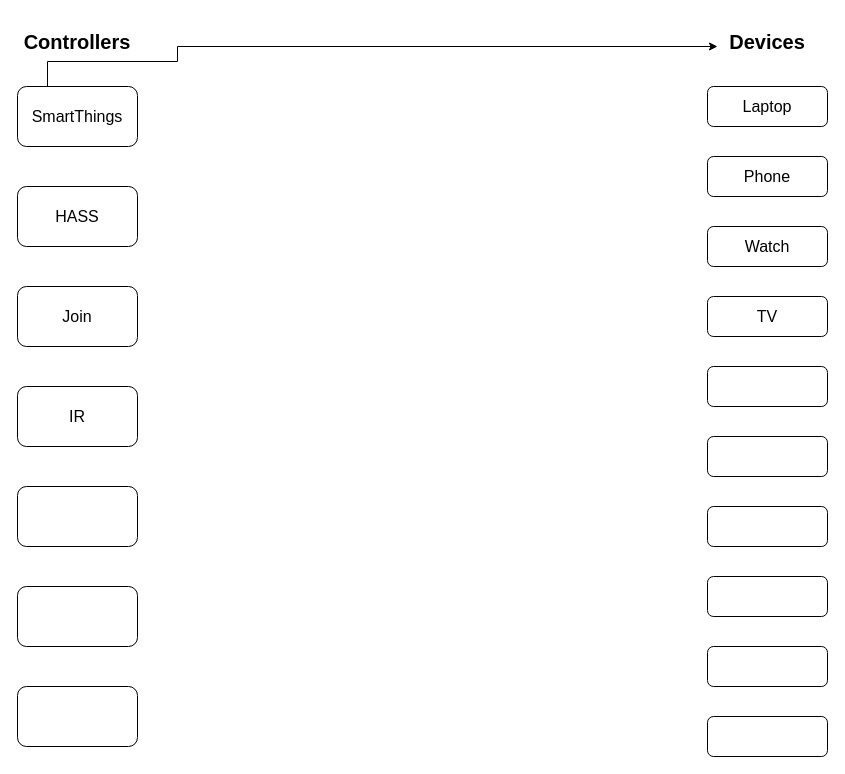
Before: Untitled Diagram.drawio in epicnerd1990/mytechlife, a draw.io diagram. Source tidied: cells renumbered, new cells numbered last; positions are measured from the earlier drawing's top-left corner, leaving out a move shared by most shapes. Both pictures are drawn from the tidied source at 100%, with x=0, y=0 at pixel (17, 26).
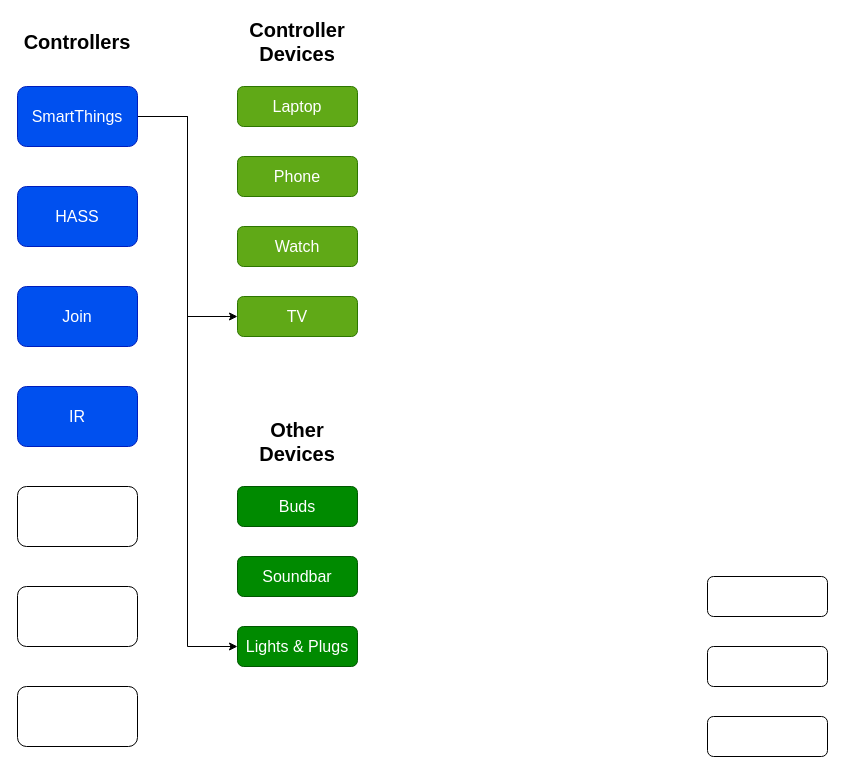
The same page after the edit.

Diff of the diagram source:
```diff
@@
-    <mxCell id="2" value="Join" style="rounded=1;whiteSpace=wrap;html=1;fontSize=16;fontStyle=0;" parent="1" vertex="1">
+    <mxCell id="2" value="Join" style="rounded=1;whiteSpace=wrap;html=1;fontSize=16;fontStyle=0;fillColor=#0050ef;fontColor=#ffffff;strokeColor=#001DBC;" parent="1" vertex="1">
       <mxGeometry y="260" width="120" height="60" as="geometry" />
     </mxCell>
-    <mxCell id="3" value="HASS" style="rounded=1;whiteSpace=wrap;html=1;fontSize=16;fontStyle=0;" parent="1" vertex="1">
+    <mxCell id="3" value="HASS" style="rounded=1;whiteSpace=wrap;html=1;fontSize=16;fontStyle=0;fillColor=#0050ef;fontColor=#ffffff;strokeColor=#001DBC;" parent="1" vertex="1">
       <mxGeometry y="160" width="120" height="60" as="geometry" />
     </mxCell>
-    <mxCell id="4" style="edgeStyle=orthogonalEdgeStyle;rounded=0;orthogonalLoop=1;jettySize=auto;html=1;" parent="1" edge="1">
-      <mxGeometry relative="1" as="geometry">
-        <mxPoint x="30" y="75" as="sourcePoint" />
-        <mxPoint x="700" y="20" as="targetPoint" />
-        <Array as="points">
-          <mxPoint x="30" y="35" />
-          <mxPoint x="160" y="35" />
-          <mxPoint x="160" y="20" />
-        </Array>
-      </mxGeometry>
-    </mxCell>
+    <mxCell id="22" style="edgeStyle=orthogonalEdgeStyle;rounded=0;jettySize=auto;html=1;entryX=0;entryY=0.5;entryDx=0;entryDy=0;" parent="1" edge="1" source="5" target="17">
+      <mxGeometry relative="1" as="geometry" />
+    </mxCell>
+    <mxCell id="23" style="edgeStyle=orthogonalEdgeStyle;rounded=0;jettySize=auto;html=1;entryX=0;entryY=0.5;entryDx=0;entryDy=0;" parent="1" edge="1" source="5" target="15">
+      <mxGeometry relative="1" as="geometry" />
+    </mxCell>
-    <mxCell id="5" value="SmartThings" style="rounded=1;whiteSpace=wrap;html=1;fontSize=16;fontStyle=0;" parent="1" vertex="1">
+    <mxCell id="5" value="SmartThings" style="rounded=1;whiteSpace=wrap;html=1;fontSize=16;fontStyle=0;fillColor=#0050ef;fontColor=#ffffff;strokeColor=#001DBC;" parent="1" vertex="1">
       <mxGeometry y="60" width="120" height="60" as="geometry" />
     </mxCell>
@@
-    <mxCell id="7" value="IR" style="rounded=1;whiteSpace=wrap;html=1;fontSize=16;fontStyle=0;" parent="1" vertex="1">
+    <mxCell id="7" value="IR" style="rounded=1;whiteSpace=wrap;html=1;fontSize=16;fontStyle=0;fillColor=#0050ef;fontColor=#ffffff;strokeColor=#001DBC;" parent="1" vertex="1">
       <mxGeometry y="360" width="120" height="60" as="geometry" />
     </mxCell>
@@
-    <mxCell id="11" value="Watch" style="rounded=1;whiteSpace=wrap;html=1;fontSize=16;fontStyle=0;" parent="1" vertex="1">
-      <mxGeometry x="690" y="200" width="120" height="40" as="geometry" />
+    <mxCell id="11" value="Watch" style="rounded=1;whiteSpace=wrap;html=1;fontSize=16;fontStyle=0;fillColor=#60a917;fontColor=#ffffff;strokeColor=#2D7600;" parent="1" vertex="1">
+      <mxGeometry x="220" y="200" width="120" height="40" as="geometry" />
     </mxCell>
-    <mxCell id="12" value="Phone" style="rounded=1;whiteSpace=wrap;html=1;fontSize=16;fontStyle=0;" parent="1" vertex="1">
-      <mxGeometry x="690" y="130" width="120" height="40" as="geometry" />
+    <mxCell id="12" value="Phone" style="rounded=1;whiteSpace=wrap;html=1;fontSize=16;fontStyle=0;fillColor=#60a917;fontColor=#ffffff;strokeColor=#2D7600;" parent="1" vertex="1">
+      <mxGeometry x="220" y="130" width="120" height="40" as="geometry" />
     </mxCell>
-    <mxCell id="13" value="Laptop&lt;br&gt;" style="rounded=1;whiteSpace=wrap;html=1;fontSize=16;fontStyle=0;" parent="1" vertex="1">
-      <mxGeometry x="690" y="60" width="120" height="40" as="geometry" />
+    <mxCell id="13" value="Laptop&lt;br&gt;" style="rounded=1;whiteSpace=wrap;html=1;fontSize=16;fontStyle=0;fillColor=#60a917;fontColor=#ffffff;strokeColor=#2D7600;" parent="1" vertex="1">
+      <mxGeometry x="220" y="60" width="120" height="40" as="geometry" />
     </mxCell>
-    <mxCell id="14" style="rounded=1;whiteSpace=wrap;html=1;fontSize=16;fontStyle=0;" parent="1" vertex="1">
-      <mxGeometry x="690" y="410" width="120" height="40" as="geometry" />
+    <mxCell id="14" value="Soundbar" style="rounded=1;whiteSpace=wrap;html=1;fontSize=16;fontStyle=0;fillColor=#008a00;fontColor=#ffffff;strokeColor=#005700;" parent="1" vertex="1">
+      <mxGeometry x="220" y="530" width="120" height="40" as="geometry" />
     </mxCell>
-    <mxCell id="15" value="TV" style="rounded=1;whiteSpace=wrap;html=1;fontSize=16;fontStyle=0;" parent="1" vertex="1">
-      <mxGeometry x="690" y="270" width="120" height="40" as="geometry" />
+    <mxCell id="15" value="TV" style="rounded=1;whiteSpace=wrap;html=1;fontSize=16;fontStyle=0;fillColor=#60a917;fontColor=#ffffff;strokeColor=#2D7600;" parent="1" vertex="1">
+      <mxGeometry x="220" y="270" width="120" height="40" as="geometry" />
     </mxCell>
-    <mxCell id="16" style="rounded=1;whiteSpace=wrap;html=1;fontSize=16;fontStyle=0;" parent="1" vertex="1">
-      <mxGeometry x="690" y="340" width="120" height="40" as="geometry" />
+    <mxCell id="16" value="Buds" style="rounded=1;whiteSpace=wrap;html=1;fontSize=16;fontStyle=0;fillColor=#008a00;fontColor=#ffffff;strokeColor=#005700;" parent="1" vertex="1">
+      <mxGeometry x="220" y="460" width="120" height="40" as="geometry" />
     </mxCell>
-    <mxCell id="17" style="rounded=1;whiteSpace=wrap;html=1;fontSize=16;fontStyle=0;" parent="1" vertex="1">
-      <mxGeometry x="690" y="480" width="120" height="40" as="geometry" />
+    <mxCell id="17" value="Lights &amp;amp; Plugs" style="rounded=1;whiteSpace=wrap;html=1;fontSize=16;fontStyle=0;fillColor=#008a00;fontColor=#ffffff;strokeColor=#005700;" parent="1" vertex="1">
+      <mxGeometry x="220" y="600" width="120" height="40" as="geometry" />
     </mxCell>
-    <mxCell id="18" value="Devices" style="text;html=1;strokeColor=none;fillColor=none;align=center;verticalAlign=middle;whiteSpace=wrap;rounded=0;fontStyle=1;fontSize=20;" parent="1" vertex="1">
-      <mxGeometry x="720" width="60" height="30" as="geometry" />
+    <mxCell id="18" value="Controller Devices" style="text;html=1;strokeColor=none;fillColor=none;align=center;verticalAlign=middle;whiteSpace=wrap;rounded=0;fontStyle=1;fontSize=20;" parent="1" vertex="1">
+      <mxGeometry x="250" width="60" height="30" as="geometry" />
     </mxCell>
@@
+    <mxCell id="24" value="Other Devices" style="text;html=1;strokeColor=none;fillColor=none;align=center;verticalAlign=middle;whiteSpace=wrap;rounded=0;fontStyle=1;fontSize=20;" parent="1" vertex="1">
+      <mxGeometry x="250" y="400" width="60" height="30" as="geometry" />
+    </mxCell>
```
